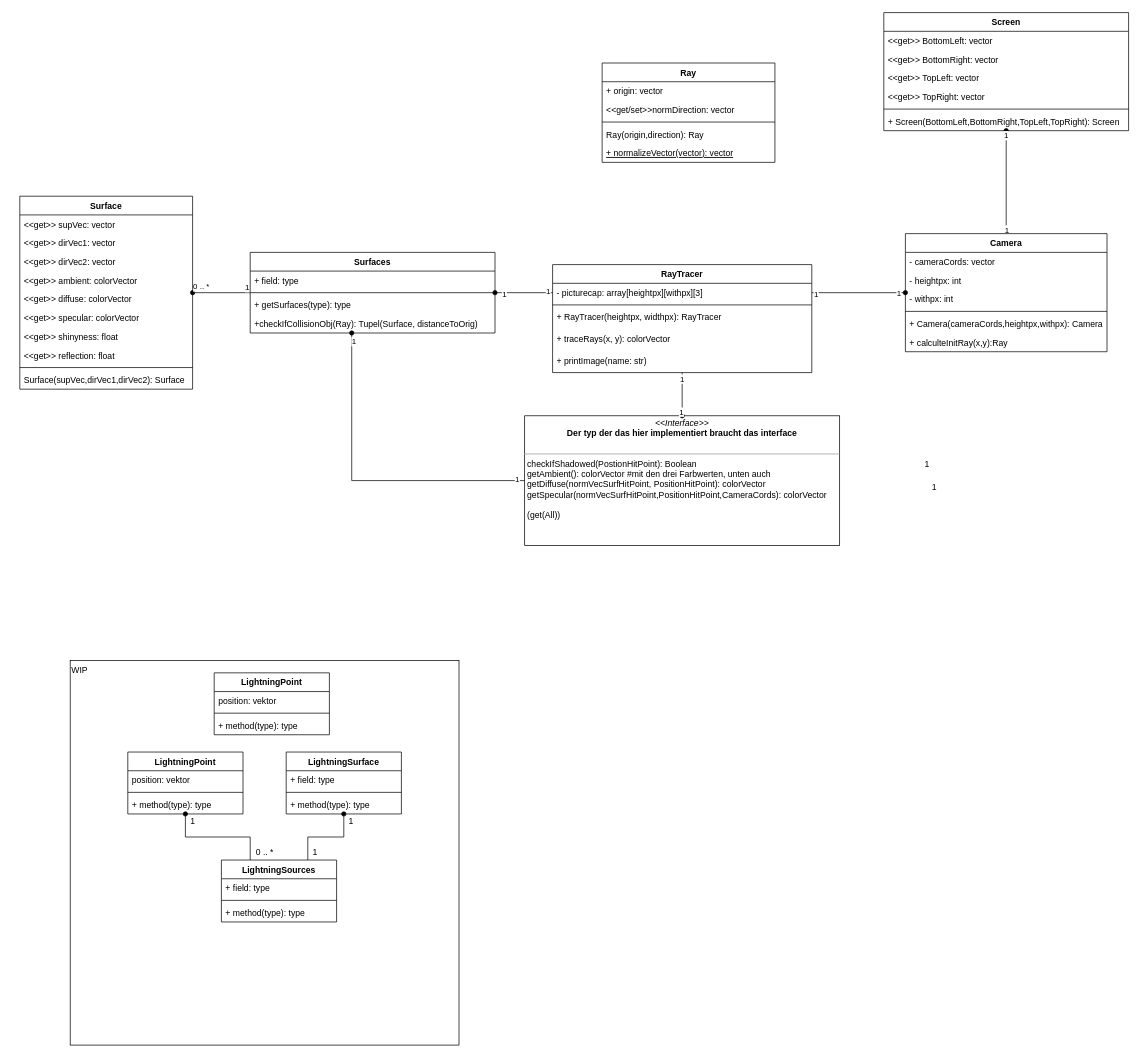
FreshMax9000/RayTrace keeps this draw.io diagram as rayclasses.drawio. Above is the earlier version. Source tidied: cells renumbered, new cells numbered last; positions are measured from the earlier drawing's top-left corner, leaving out a move shared by most shapes. Both pictures are drawn from the tidied source at 72%, with x=0, y=0 at pixel (19, 12).
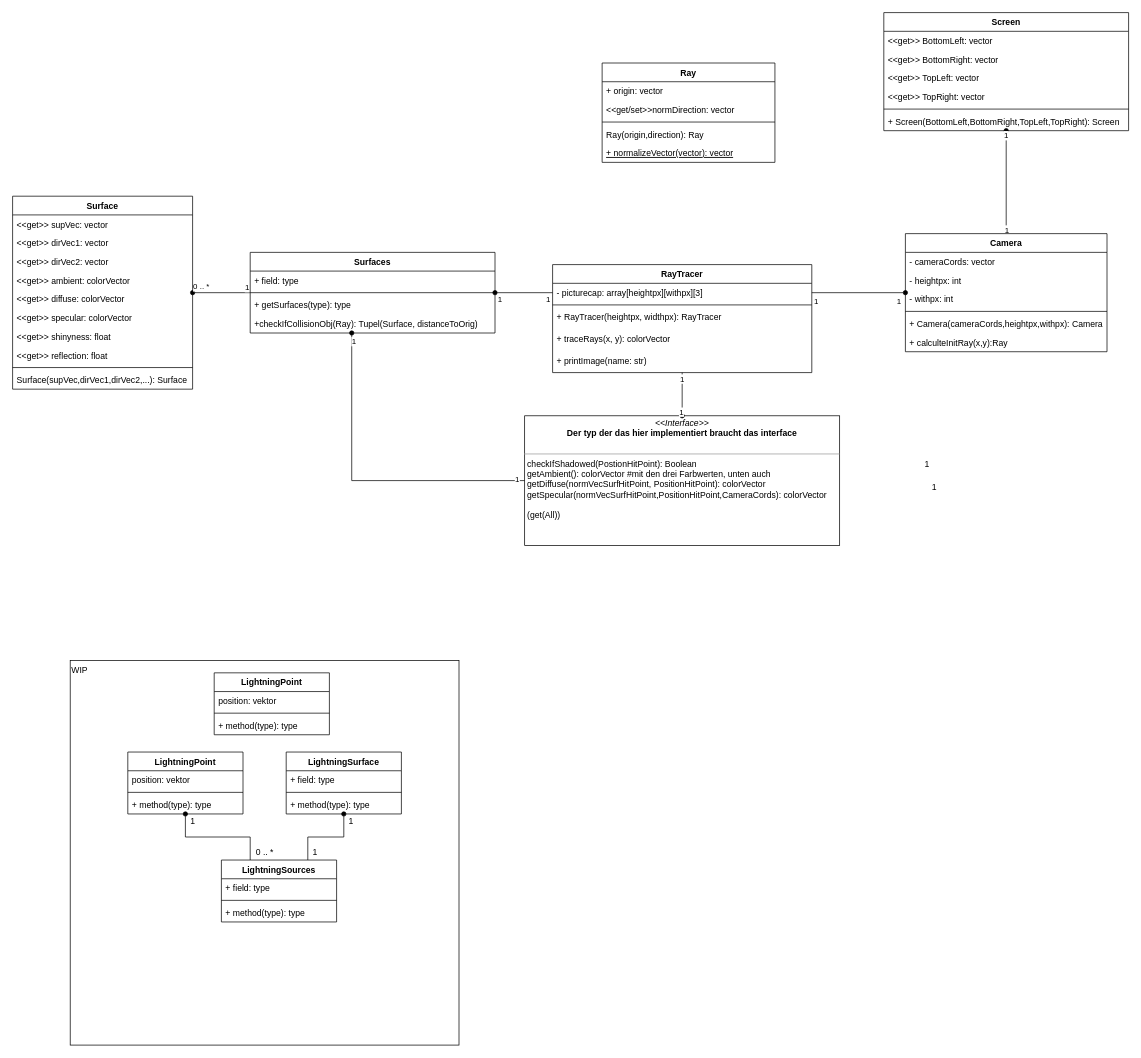
The same diagram, later.

Unchanged cells that the change refers to:
```xml
<mxCell id="79" style="edgeStyle=orthogonalEdgeStyle;rounded=0;jettySize=auto;html=1;exitX=1;exitY=0.5;exitDx=0;exitDy=0;endArrow=oval;endFill=1;" parent="1" edge="1" source="47" target="55">
  <mxGeometry relative="1" as="geometry" />
</mxCell>
<mxCell id="82" style="edgeStyle=orthogonalEdgeStyle;rounded=0;jettySize=auto;html=1;exitX=0;exitY=0.5;exitDx=0;exitDy=0;endArrow=oval;endFill=1;" parent="1" edge="1" source="47" target="71">
  <mxGeometry relative="1" as="geometry" />
</mxCell>
```

What changed in the source:
```diff
@@
     <mxCell id="6" value="Surface" style="swimlane;fontStyle=1;align=center;verticalAlign=top;horizontal=1;startSize=26;" parent="1" vertex="1">
-      <mxGeometry y="255" width="240" height="268" as="geometry" />
+      <mxGeometry x="-10" y="255" width="250" height="268" as="geometry" />
     </mxCell>
     <mxCell id="7" value="&lt;&lt;get&gt;&gt; supVec: vector&#10;" style="text;strokeColor=none;fillColor=none;align=left;verticalAlign=top;spacingLeft=4;spacingRight=4;overflow=hidden;" parent="6" vertex="1">
-      <mxGeometry y="26" width="240" height="26" as="geometry" />
+      <mxGeometry y="26" width="250" height="26" as="geometry" />
     </mxCell>
     <mxCell id="8" value="&lt;&lt;get&gt;&gt; dirVec1: vector" style="text;strokeColor=none;fillColor=none;align=left;verticalAlign=top;spacingLeft=4;spacingRight=4;overflow=hidden;" parent="6" vertex="1">
-      <mxGeometry y="52" width="240" height="26" as="geometry" />
+      <mxGeometry y="52" width="250" height="26" as="geometry" />
     </mxCell>
     <mxCell id="9" value="&lt;&lt;get&gt;&gt; dirVec2: vector" style="text;strokeColor=none;fillColor=none;align=left;verticalAlign=top;spacingLeft=4;spacingRight=4;overflow=hidden;" parent="6" vertex="1">
-      <mxGeometry y="78" width="240" height="26" as="geometry" />
+      <mxGeometry y="78" width="250" height="26" as="geometry" />
     </mxCell>
     <mxCell id="10" value="&lt;&lt;get&gt;&gt; ambient: colorVector" style="text;strokeColor=none;fillColor=none;align=left;verticalAlign=top;spacingLeft=4;spacingRight=4;overflow=hidden;" parent="6" vertex="1">
-      <mxGeometry y="104" width="240" height="26" as="geometry" />
+      <mxGeometry y="104" width="250" height="26" as="geometry" />
     </mxCell>
     <mxCell id="11" value="&lt;&lt;get&gt;&gt; diffuse: colorVector&#10;" style="text;strokeColor=none;fillColor=none;align=left;verticalAlign=top;spacingLeft=4;spacingRight=4;overflow=hidden;" parent="6" vertex="1">
-      <mxGeometry y="130" width="240" height="26" as="geometry" />
+      <mxGeometry y="130" width="250" height="26" as="geometry" />
     </mxCell>
     <mxCell id="12" value="&lt;&lt;get&gt;&gt; specular: colorVector" style="text;strokeColor=none;fillColor=none;align=left;verticalAlign=top;spacingLeft=4;spacingRight=4;overflow=hidden;" parent="6" vertex="1">
-      <mxGeometry y="156" width="240" height="26" as="geometry" />
+      <mxGeometry y="156" width="250" height="26" as="geometry" />
     </mxCell>
     <mxCell id="13" value="&lt;&lt;get&gt;&gt; shinyness: float" style="text;strokeColor=none;fillColor=none;align=left;verticalAlign=top;spacingLeft=4;spacingRight=4;overflow=hidden;" parent="6" vertex="1">
-      <mxGeometry y="182" width="240" height="26" as="geometry" />
+      <mxGeometry y="182" width="250" height="26" as="geometry" />
     </mxCell>
     <mxCell id="14" value="&lt;&lt;get&gt;&gt; reflection: float" style="text;strokeColor=none;fillColor=none;align=left;verticalAlign=top;spacingLeft=4;spacingRight=4;overflow=hidden;" parent="6" vertex="1">
-      <mxGeometry y="208" width="240" height="26" as="geometry" />
+      <mxGeometry y="208" width="250" height="26" as="geometry" />
     </mxCell>
     <mxCell id="15" style="line;strokeWidth=1;fillColor=none;align=left;verticalAlign=middle;spacingTop=-1;spacingLeft=3;spacingRight=3;labelPosition=right;" parent="6" vertex="1">
-      <mxGeometry y="234" width="240" height="8" as="geometry" />
+      <mxGeometry y="234" width="250" height="8" as="geometry" />
     </mxCell>
-    <mxCell id="16" value="Surface(supVec,dirVec1,dirVec2): Surface" style="text;strokeColor=none;fillColor=none;align=left;verticalAlign=top;spacingLeft=4;spacingRight=4;overflow=hidden;" parent="6" vertex="1">
-      <mxGeometry y="242" width="240" height="26" as="geometry" />
+    <mxCell id="16" value="Surface(supVec,dirVec1,dirVec2,...): Surface" style="text;strokeColor=none;fillColor=none;align=left;verticalAlign=top;spacingLeft=4;spacingRight=4;overflow=hidden;" parent="6" vertex="1">
+      <mxGeometry y="242" width="250" height="26" as="geometry" />
     </mxCell>
@@
     <mxCell id="80" value="1" style="edgeLabel;html=1;align=center;verticalAlign=middle;" parent="79" vertex="1">
-      <mxGeometry x="-0.92" y="-1" relative="1" as="geometry" />
+      <mxGeometry x="-0.92" y="-1" relative="1" as="geometry">
+        <mxPoint y="10" as="offset" />
+      </mxGeometry>
     </mxCell>
     <mxCell id="81" value="1" style="edgeLabel;html=1;align=center;verticalAlign=middle;" parent="79" vertex="1">
-      <mxGeometry x="0.84" relative="1" as="geometry" />
+      <mxGeometry x="0.84" relative="1" as="geometry">
+        <mxPoint y="11" as="offset" />
+      </mxGeometry>
     </mxCell>
@@
     <mxCell id="83" value="1" style="edgeLabel;html=1;align=center;verticalAlign=middle;" parent="82" vertex="1">
-      <mxGeometry x="-0.83" y="-2" relative="1" as="geometry" />
+      <mxGeometry x="-0.83" y="-2" relative="1" as="geometry">
+        <mxPoint y="10" as="offset" />
+      </mxGeometry>
     </mxCell>
     <mxCell id="84" value="1" style="edgeLabel;html=1;align=center;verticalAlign=middle;" parent="82" vertex="1">
-      <mxGeometry x="0.71" y="2" relative="1" as="geometry" />
+      <mxGeometry x="0.71" y="2" relative="1" as="geometry">
+        <mxPoint x="-5.4" y="6" as="offset" />
+      </mxGeometry>
     </mxCell>
```
